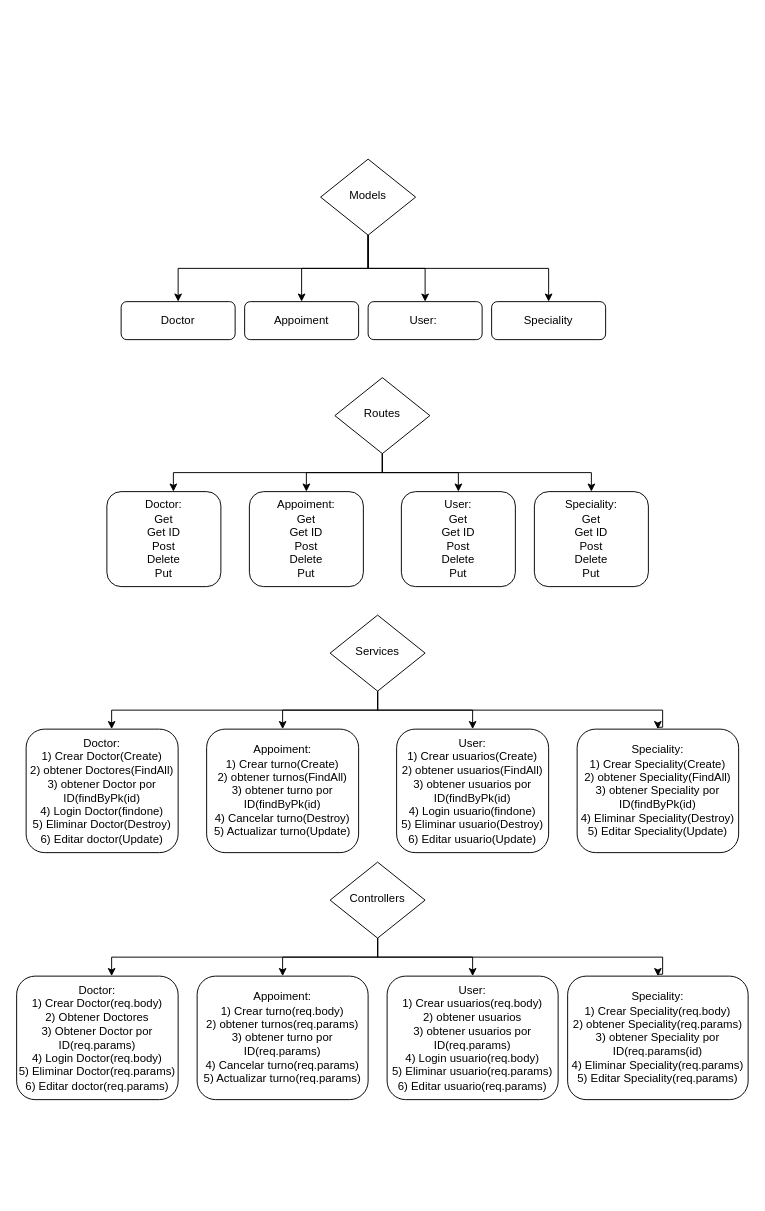
Before: Diagrama sin título.drawio in herva99/herva99, a draw.io diagram. Source tidied: cells renumbered, new cells numbered last; positions are measured from the earlier drawing's top-left corner, leaving out a move shared by most shapes. Both pictures are drawn from the tidied source at 95%, with x=0, y=0 at pixel (16, 159).
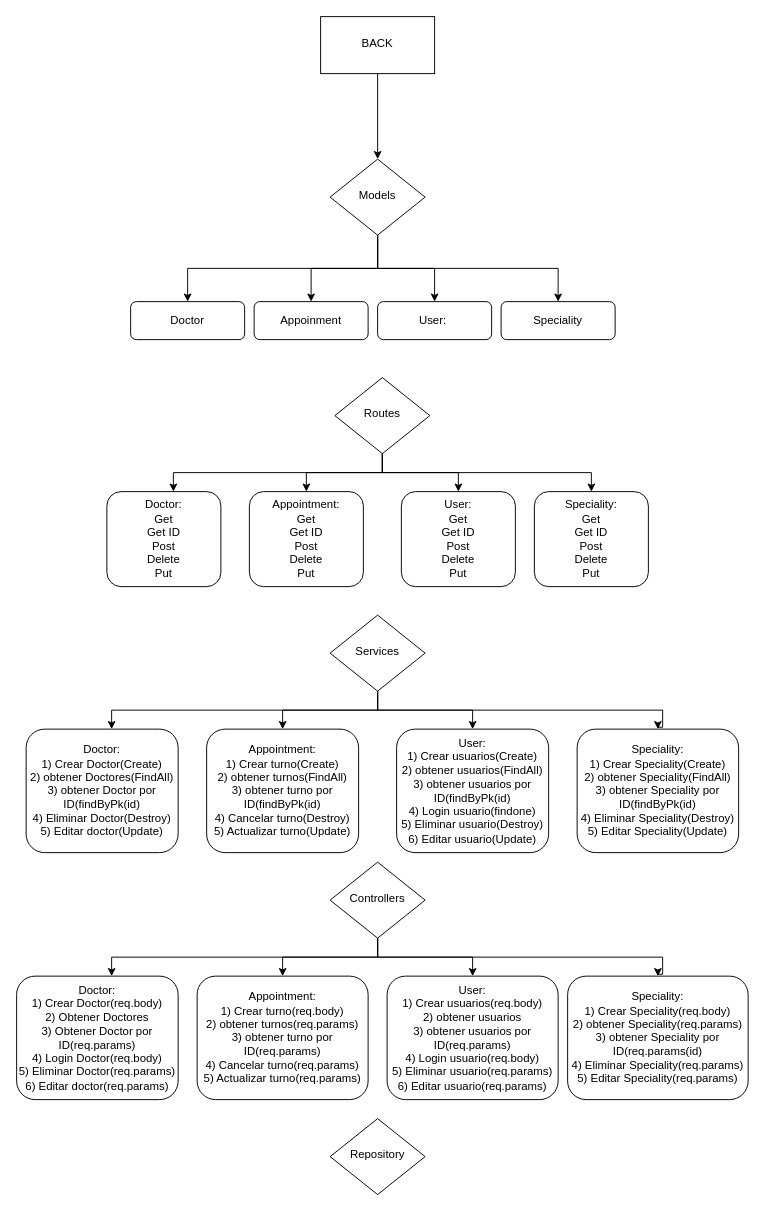
The same page after the edit.

The edit, as a diff of the source:
```diff
@@
-    <mxCell id="2" value="Appoiment" style="rounded=1;whiteSpace=wrap;html=1;fontSize=12;glass=0;strokeWidth=1;shadow=0;" parent="1" vertex="1">
-      <mxGeometry x="240" y="150" width="120" height="40" as="geometry" />
+    <mxCell id="2" value="Appoinment" style="rounded=1;whiteSpace=wrap;html=1;fontSize=12;glass=0;strokeWidth=1;shadow=0;" parent="1" vertex="1">
+      <mxGeometry x="250" y="150" width="120" height="40" as="geometry" />
     </mxCell>
@@
     <mxCell id="5" style="edgeStyle=orthogonalEdgeStyle;rounded=0;jettySize=auto;html=1;" parent="1" edge="1" source="6" target="9">
       <mxGeometry relative="1" as="geometry">
         <Array as="points">
-          <mxPoint x="370" y="115" />
-          <mxPoint x="560" y="115" />
+          <mxPoint x="380" y="115" />
+          <mxPoint x="570" y="115" />
         </Array>
       </mxGeometry>
     </mxCell>
     <mxCell id="6" value="Models" style="rhombus;whiteSpace=wrap;html=1;shadow=0;fontFamily=Helvetica;fontSize=12;align=center;strokeWidth=1;spacing=6;spacingTop=-4;" parent="1" vertex="1">
-      <mxGeometry x="320" width="100" height="80" as="geometry" />
+      <mxGeometry x="330" width="100" height="80" as="geometry" />
     </mxCell>
     <mxCell id="7" value="Doctor" style="rounded=1;whiteSpace=wrap;html=1;fontSize=12;glass=0;strokeWidth=1;shadow=0;" parent="1" vertex="1">
-      <mxGeometry x="110" y="150" width="120" height="40" as="geometry" />
+      <mxGeometry x="120" y="150" width="120" height="40" as="geometry" />
     </mxCell>
     <mxCell id="8" value="User:&amp;nbsp;" style="rounded=1;whiteSpace=wrap;html=1;fontSize=12;glass=0;strokeWidth=1;shadow=0;" parent="1" vertex="1">
-      <mxGeometry x="370" y="150" width="120" height="40" as="geometry" />
+      <mxGeometry x="380" y="150" width="120" height="40" as="geometry" />
     </mxCell>
     <mxCell id="9" value="Speciality" style="rounded=1;whiteSpace=wrap;html=1;fontSize=12;glass=0;strokeWidth=1;shadow=0;" parent="1" vertex="1">
-      <mxGeometry x="500" y="150" width="120" height="40" as="geometry" />
+      <mxGeometry x="510" y="150" width="120" height="40" as="geometry" />
     </mxCell>
     <mxCell id="10" style="edgeStyle=orthogonalEdgeStyle;rounded=0;jettySize=auto;html=1;" parent="1" edge="1" source="6" target="7">
       <mxGeometry relative="1" as="geometry">
         <Array as="points">
-          <mxPoint x="370" y="115" />
-          <mxPoint x="170" y="115" />
+          <mxPoint x="380" y="115" />
+          <mxPoint x="180" y="115" />
         </Array>
       </mxGeometry>
     </mxCell>
@@
-    <mxCell id="15" value="Appoiment:&lt;div&gt;Get&lt;/div&gt;&lt;div&gt;Get ID&lt;/div&gt;&lt;div&gt;Post&lt;/div&gt;&lt;div&gt;Delete&lt;/div&gt;&lt;div&gt;Put&lt;/div&gt;" style="rounded=1;whiteSpace=wrap;html=1;fontSize=12;glass=0;strokeWidth=1;shadow=0;" parent="1" vertex="1">
+    <mxCell id="15" value="Appointment:&lt;div&gt;Get&lt;/div&gt;&lt;div&gt;Get ID&lt;/div&gt;&lt;div&gt;Post&lt;/div&gt;&lt;div&gt;Delete&lt;/div&gt;&lt;div&gt;Put&lt;/div&gt;" style="rounded=1;whiteSpace=wrap;html=1;fontSize=12;glass=0;strokeWidth=1;shadow=0;" parent="1" vertex="1">
       <mxGeometry x="245" y="350" width="120" height="100" as="geometry" />
     </mxCell>
@@
-    <mxCell id="25" value="Appoiment:&lt;div&gt;1) Crear turno(Create)&lt;/div&gt;&lt;div&gt;2) obtener turnos(FindAll)&lt;/div&gt;&lt;div&gt;3) obtener turno por ID(findByPk(id)&lt;/div&gt;&lt;div&gt;&lt;span style=&quot;background-color: initial;&quot;&gt;4) Cancelar turno(Destroy)&lt;/span&gt;&lt;br&gt;&lt;/div&gt;&lt;div&gt;5) Actualizar turno(Update)&lt;/div&gt;" style="rounded=1;whiteSpace=wrap;html=1;fontSize=12;glass=0;strokeWidth=1;shadow=0;" parent="1" vertex="1">
+    <mxCell id="25" value="Appointment:&lt;div&gt;1) Crear turno(Create)&lt;/div&gt;&lt;div&gt;2) obtener turnos(FindAll)&lt;/div&gt;&lt;div&gt;3) obtener turno por ID(findByPk(id)&lt;/div&gt;&lt;div&gt;&lt;span style=&quot;background-color: initial;&quot;&gt;4) Cancelar turno(Destroy)&lt;/span&gt;&lt;br&gt;&lt;/div&gt;&lt;div&gt;5) Actualizar turno(Update)&lt;/div&gt;" style="rounded=1;whiteSpace=wrap;html=1;fontSize=12;glass=0;strokeWidth=1;shadow=0;" parent="1" vertex="1">
       <mxGeometry x="200" y="600" width="160" height="130" as="geometry" />
     </mxCell>
-    <mxCell id="26" value="Doctor:&lt;div&gt;1) Crear Doctor(Create)&lt;/div&gt;&lt;div&gt;2) obtener Doctores(FindAll)&lt;/div&gt;&lt;div&gt;3) obtener Doctor por ID(findByPk(id)&lt;/div&gt;&lt;div&gt;4) Login Doctor(findone)&lt;/div&gt;&lt;div&gt;5) Eliminar Doctor(Destroy)&lt;/div&gt;&lt;div&gt;6) Editar doctor(Update)&lt;/div&gt;" style="rounded=1;whiteSpace=wrap;html=1;fontSize=12;glass=0;strokeWidth=1;shadow=0;" parent="1" vertex="1">
+    <mxCell id="26" value="Doctor:&lt;div&gt;1) Crear Doctor(Create)&lt;/div&gt;&lt;div&gt;2) obtener Doctores(FindAll)&lt;/div&gt;&lt;div&gt;3) obtener Doctor por ID(findByPk(id)&lt;/div&gt;&lt;div&gt;4) Eliminar Doctor(Destroy)&lt;/div&gt;&lt;div&gt;5) Editar doctor(Update)&lt;/div&gt;" style="rounded=1;whiteSpace=wrap;html=1;fontSize=12;glass=0;strokeWidth=1;shadow=0;" parent="1" vertex="1">
       <mxGeometry x="10" y="600" width="160" height="130" as="geometry" />
     </mxCell>
@@
-    <mxCell id="34" value="Appoiment:&lt;div&gt;1) Crear turno(req.body)&lt;/div&gt;&lt;div&gt;2) obtener turnos(req.params)&lt;/div&gt;&lt;div&gt;3) obtener turno por ID(req.params)&lt;/div&gt;&lt;div&gt;&lt;span style=&quot;background-color: initial;&quot;&gt;4) Cancelar turno(&lt;/span&gt;req.params&lt;span style=&quot;background-color: initial;&quot;&gt;)&lt;/span&gt;&lt;br&gt;&lt;/div&gt;&lt;div&gt;5) Actualizar turno(req.params)&lt;/div&gt;" style="rounded=1;whiteSpace=wrap;html=1;fontSize=12;glass=0;strokeWidth=1;shadow=0;" parent="1" vertex="1">
+    <mxCell id="34" value="Appointment:&lt;div&gt;1) Crear turno(req.body)&lt;/div&gt;&lt;div&gt;2) obtener turnos(req.params)&lt;/div&gt;&lt;div&gt;3) obtener turno por ID(req.params)&lt;/div&gt;&lt;div&gt;&lt;span style=&quot;background-color: initial;&quot;&gt;4) Cancelar turno(&lt;/span&gt;req.params&lt;span style=&quot;background-color: initial;&quot;&gt;)&lt;/span&gt;&lt;br&gt;&lt;/div&gt;&lt;div&gt;5) Actualizar turno(req.params)&lt;/div&gt;" style="rounded=1;whiteSpace=wrap;html=1;fontSize=12;glass=0;strokeWidth=1;shadow=0;" parent="1" vertex="1">
       <mxGeometry x="190" y="860" width="180" height="130" as="geometry" />
     </mxCell>
@@
+    <mxCell id="38" value="Repository" style="rhombus;whiteSpace=wrap;html=1;shadow=0;fontFamily=Helvetica;fontSize=12;align=center;strokeWidth=1;spacing=6;spacingTop=-4;" parent="1" vertex="1">
+      <mxGeometry x="330" y="1010" width="100" height="80" as="geometry" />
+    </mxCell>
+    <mxCell id="39" style="edgeStyle=orthogonalEdgeStyle;rounded=0;jettySize=auto;html=1;" parent="1" edge="1" source="40" target="6">
+      <mxGeometry relative="1" as="geometry" />
+    </mxCell>
+    <mxCell id="40" value="BACK" style="whiteSpace=wrap;html=1;shadow=0;strokeWidth=1;spacing=6;spacingTop=-4;" parent="1" vertex="1">
+      <mxGeometry x="320" y="-150" width="120" height="60" as="geometry" />
+    </mxCell>
```
